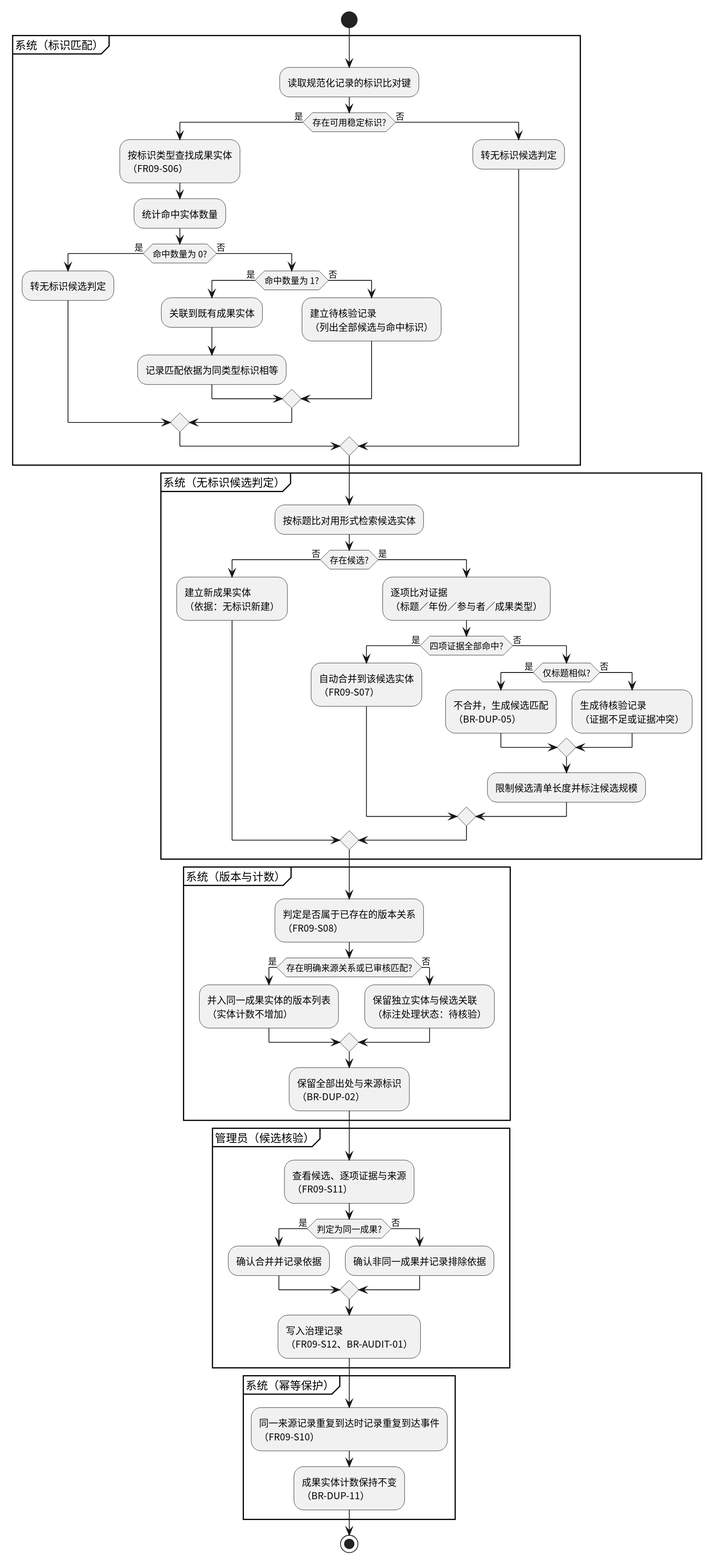
Earlier version of the PlantUML export docs/uml/governance/generated/dedup-candidate-activity.svg (CognitaNexus/CognitaNexus).
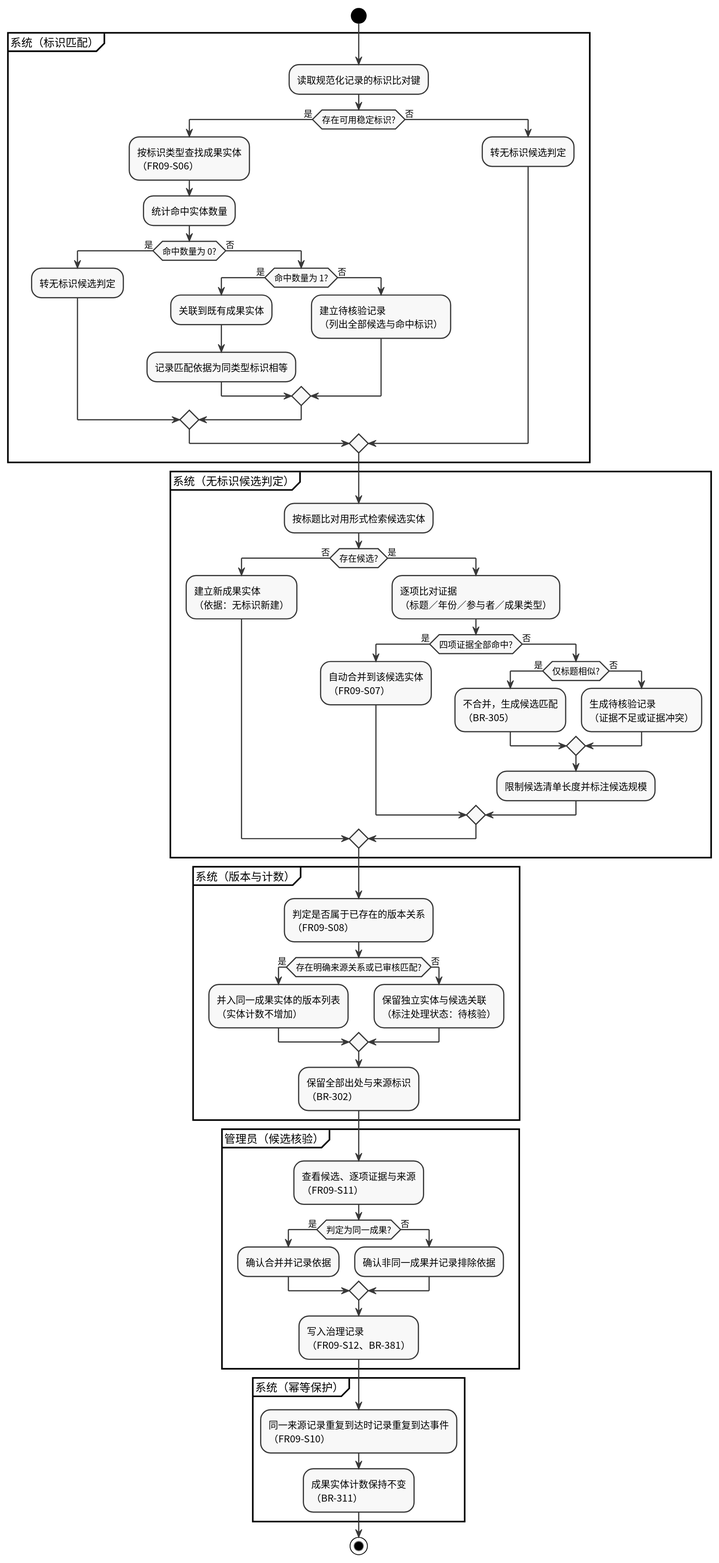
Later version of the same file.

Diff of the diagram source:
```diff
@@ -44,7 +44,7 @@
     else (否)
       if (仅标题相似?) then (是)
         :不合并，生成候选匹配
-        （BR-DUP-05）;
+        （BR-305）;
       else (否)
         :生成待核验记录
         （证据不足或证据冲突）;
@@ -65,7 +65,7 @@
     （标注处理状态：待核验）;
   endif
   :保留全部出处与来源标识
-  （BR-DUP-02）;
+  （BR-302）;
 }
 
 partition "管理员（候选核验）" {
@@ -77,14 +77,14 @@
     :确认非同一成果并记录排除依据;
   endif
   :写入治理记录
-  （FR09-S12、BR-AUDIT-01）;
+  （FR09-S12、BR-381）;
 }
 
 partition "系统（幂等保护）" {
   :同一来源记录重复到达时记录重复到达事件
   （FR09-S10）;
   :成果实体计数保持不变
-  （BR-DUP-11）;
+  （BR-311）;
 }
 
 stop
```
